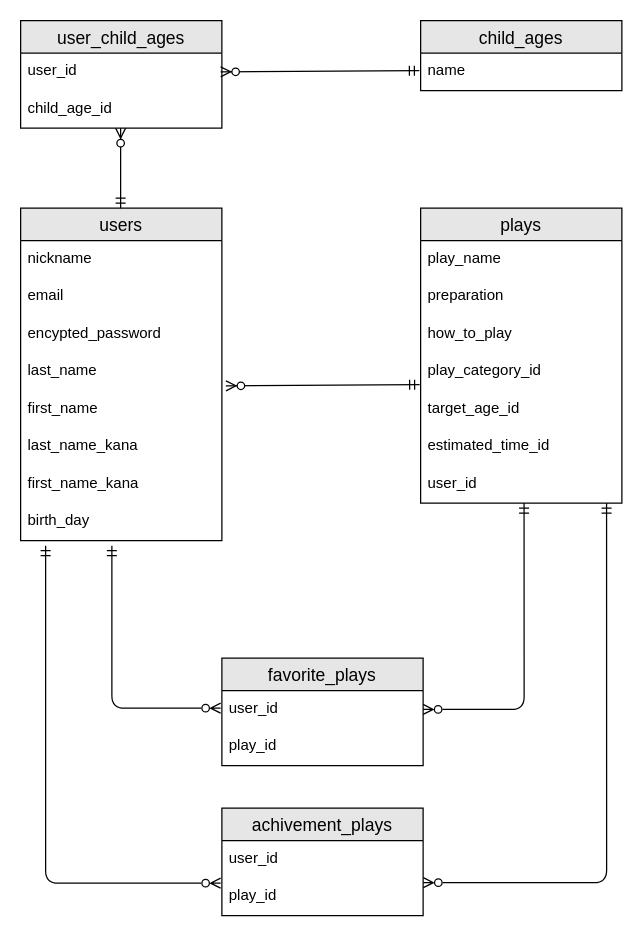
Earlier version of the draw.io diagram ER.dio (toyolife881/asobin). Source tidied: cells renumbered, new cells numbered last; positions are measured from the earlier drawing's top-left corner, leaving out a move shared by most shapes. Both pictures are drawn from the tidied source at 125%, with x=0, y=0 at pixel (20, 20).
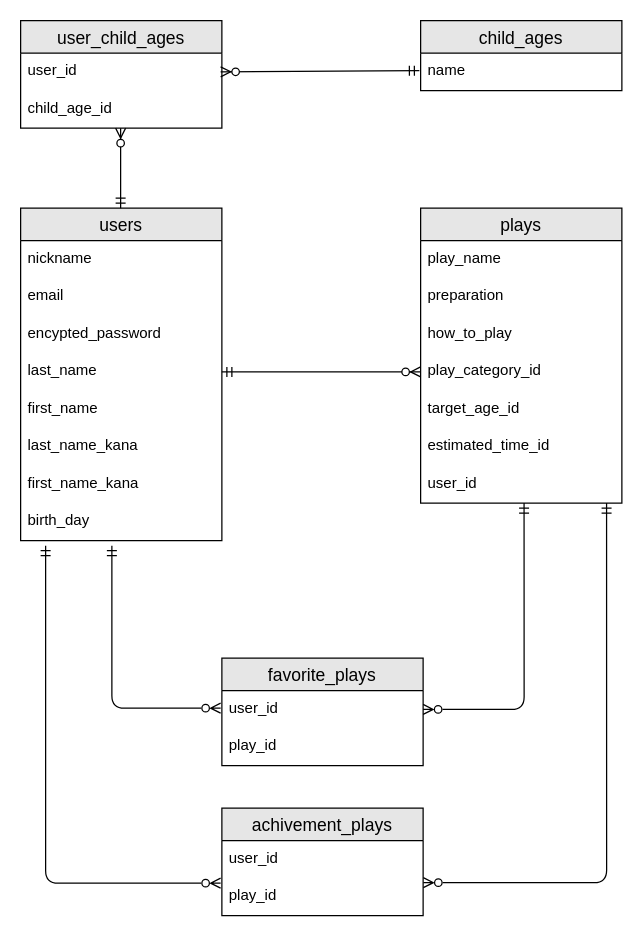
The same diagram, later.

The change refers to these unchanged cells:
```xml
<mxCell id="6" value="last_name" style="text;strokeColor=none;fillColor=none;spacingLeft=4;spacingRight=4;overflow=hidden;points=[[0,0.5],[1,0.5]];portConstraint=eastwest;fontSize=12;" parent="2" vertex="1">
  <mxGeometry y="116" width="161" height="30" as="geometry" />
</mxCell>
<mxCell id="15" value="play_category_id" style="text;strokeColor=none;fillColor=none;spacingLeft=4;spacingRight=4;overflow=hidden;points=[[0,0.5],[1,0.5]];portConstraint=eastwest;fontSize=12;" parent="11" vertex="1">
  <mxGeometry y="116" width="161" height="30" as="geometry" />
</mxCell>
```

Change to the diagram source:
```diff
@@
-    <mxCell id="19" style="fontSize=12;html=1;endArrow=ERzeroToMany;startArrow=ERmandOne;exitX=-0.005;exitY=0.84;exitDx=0;exitDy=0;exitPerimeter=0;entryX=1.02;entryY=0.873;entryDx=0;entryDy=0;entryPerimeter=0;" parent="1" edge="1" source="15" target="6">
+    <mxCell id="19" style="fontSize=12;html=1;endArrow=ERzeroToMany;startArrow=ERmandOne;exitX=1;exitY=0.5;exitDx=0;exitDy=0;entryX=0;entryY=0.5;entryDx=0;entryDy=0;" parent="1" edge="1" source="6" target="15">
       <mxGeometry relative="1" as="geometry" />
     </mxCell>
```
